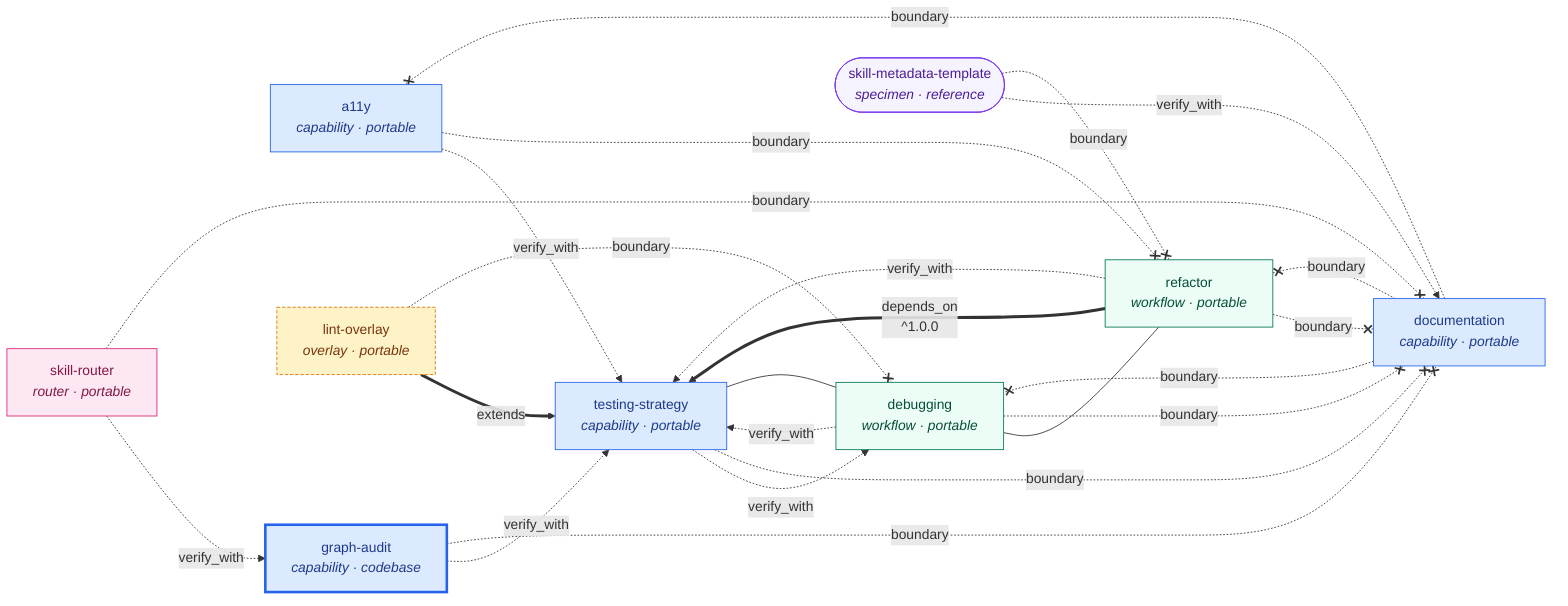
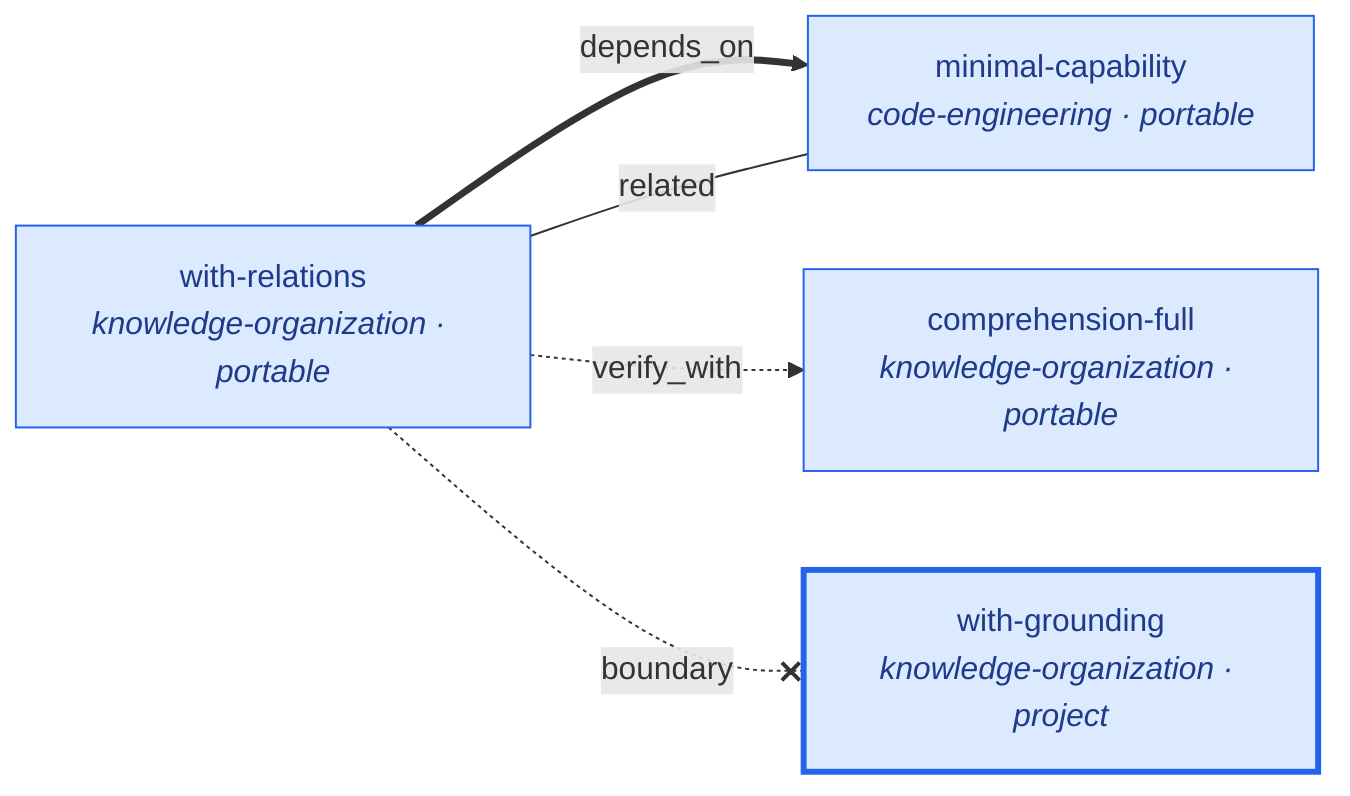
flowchart LR
-   A11Y["a11y<br/><i>capability · portable</i>"]
-   DBG["debugging<br/><i>workflow · portable</i>"]
-   DOC["documentation<br/><i>capability · portable</i>"]
-   GA["graph-audit<br/><i>capability · codebase</i>"]
-   LO["lint-overlay<br/><i>overlay · portable</i>"]
-   RF["refactor<br/><i>workflow · portable</i>"]
-   SR["skill-router<br/><i>router · portable</i>"]
-   TS["testing-strategy<br/><i>capability · portable</i>"]
-   ST(["skill-metadata-template<br/><i>specimen · reference</i>"])
+   MIN["minimal-capability<br/><i>code-engineering · portable</i>"]
+   GR["with-grounding<br/><i>knowledge-organization · project</i>"]
+   REL["with-relations<br/><i>knowledge-organization · portable</i>"]
+   COMP["comprehension-full<br/><i>knowledge-organization · portable</i>"]

  %% depends_on — thick solid, load-bearing
-   RF ==>|depends_on<br/>^1.0.0| TS
-   LO ==>|extends| TS
+   REL ==>|depends_on| MIN

  %% verify_with — dashed, co-load for confidence
-   A11Y -.->|verify_with| TS
-   DBG -.->|verify_with| TS
-   GA  -.->|verify_with| TS
-   RF  -.->|verify_with| TS
-   TS  -.->|verify_with| DBG
-   SR  -.->|verify_with| GA
-   ST  -.->|verify_with| DOC
+   REL -.->|verify_with| COMP

-   %% adjacent — thin undirected, suggested co-reading
-   DBG --- TS
-   DBG --- RF
+   %% related — thin, suggested co-reading
+   REL ---|related| MIN

-   %% boundary — red, anti-ownership
-   A11Y -. boundary .-x RF
-   DBG  -. boundary .-x DOC
-   DOC  -. boundary .-x DBG
-   DOC  -. boundary .-x A11Y
-   DOC  -. boundary .-x RF
-   GA   -. boundary .-x DOC
-   LO   -. boundary .-x DBG
-   RF   -. boundary .-x DOC
-   SR   -. boundary .-x DOC
-   ST   -. boundary .-x RF
-   TS   -. boundary .-x DOC
+   %% boundary — red, score-aware routing exclusion
+   REL -. boundary .-x GR

  classDef capability fill:#dbeafe,stroke:#2563eb,color:#1e3a8a
-   classDef workflow fill:#ecfdf5,stroke:#047857,color:#064e3b
-   classDef router fill:#fce7f3,stroke:#db2777,color:#831843
-   classDef overlay fill:#fef3c7,stroke:#d97706,color:#78350f,stroke-dasharray:4 2
-   classDef specimen fill:#f5f3ff,stroke:#7c3aed,color:#4c1d95
-   classDef codebase stroke-width:3px
-   class A11Y,DOC,GA,TS capability
-   class DBG,RF workflow
-   class SR router
-   class LO overlay
-   class ST specimen
-   class GA codebase
+   classDef project stroke-width:3px
+   class MIN,GR,REL,COMP capability
+   class GR project
